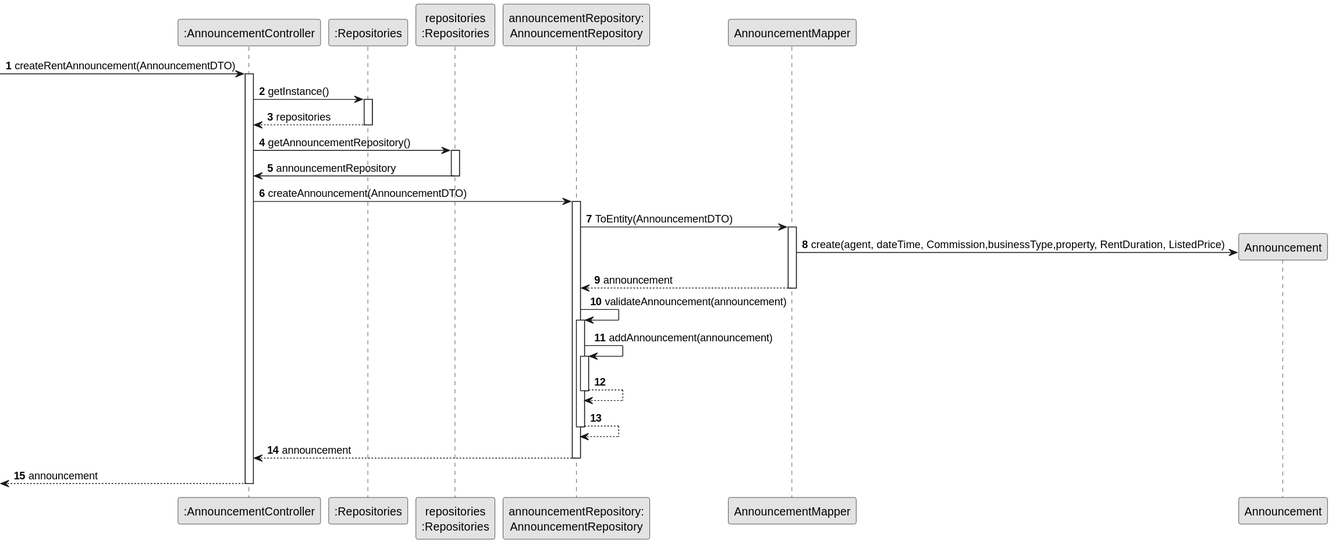
Earlier version of the PlantUML export docs/sprintD/us002/03.design/svg/us002-sequence-diagram-partial-create-announcement-rent.svg (Shushizinho/RealEstateUSASystem). Source of this version:
```plantuml
@startuml
skinparam monochrome true
skinparam packageStyle rectangle
skinparam shadowing false

autonumber

participant ":AnnouncementController" as CTRL
participant ":Repositories" as RepositorySingleton
participant "repositories\n:Repositories" as PLAT
participant "announcementRepository:\nAnnouncementRepository" as AR
participant "AnnouncementMapper" as AM

participant "Announcement" as AN


     -> CTRL: createRentAnnouncement(AnnouncementDTO)
     activate CTRL



 CTRL -> RepositorySingleton : getInstance()
                           activate RepositorySingleton

        RepositorySingleton --> CTRL: repositories
            deactivate RepositorySingleton

                           CTRL -> PLAT : getAnnouncementRepository()
                           activate PLAT

                            PLAT -> CTRL : announcementRepository
                            deactivate PLAT




  CTRL -> AR: createAnnouncement(AnnouncementDTO)
          activate AR



                     AR -> AM: ToEntity(AnnouncementDTO)
                     activate AM


                      AM -> AN**: create(agent, dateTime, Commission,businessType,property, RentDuration, ListedPrice)
                      AM --> AR: announcement
                      deactivate AM


                     AR -> AR: validateAnnouncement(announcement)
                     activate AR
                         AR -> AR: addAnnouncement(announcement)
                         activate AR
                             AR --> AR
                         deactivate AR
                         AR --> AR

                 deactivate AR





   CTRL <-- AR  : announcement


    deactivate AR

    <-- CTRL  : announcement
    deactivate CTRL
@enduml
```
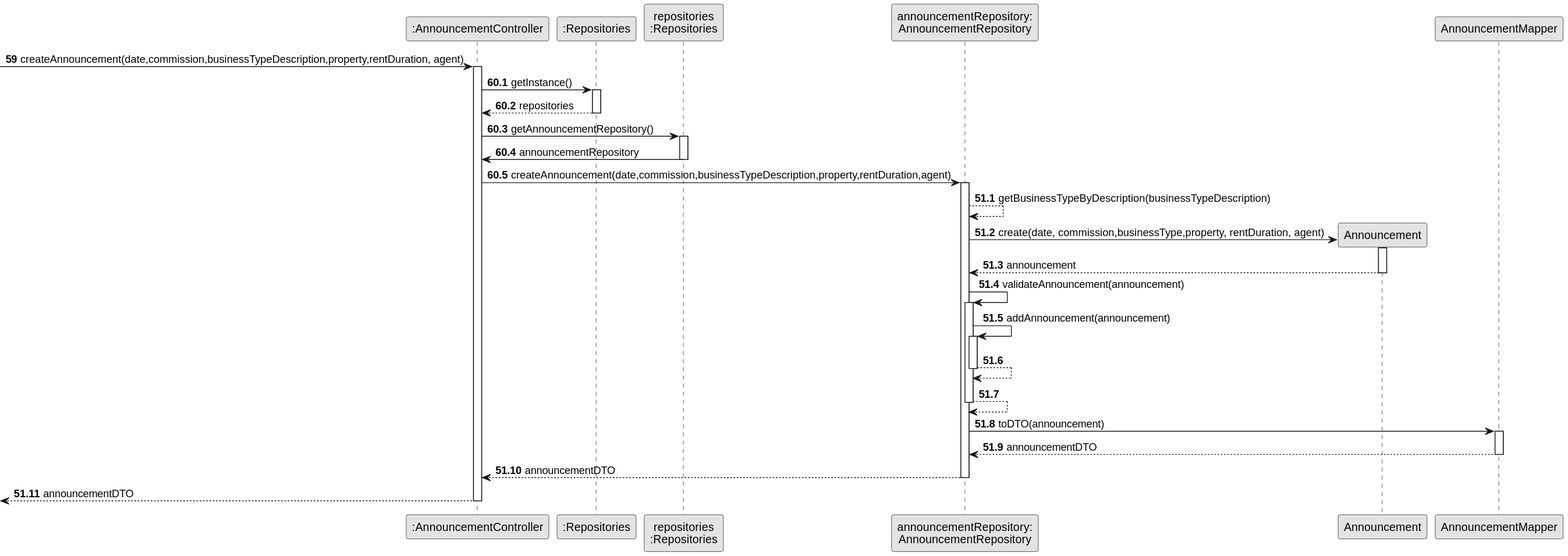
After the commit.

The edit, as a diff of the source:
```diff
@@ -3,70 +3,76 @@
 skinparam packageStyle rectangle
 skinparam shadowing false
 
-autonumber
+autonumber 62
 
 participant ":AnnouncementController" as CTRL
+
 participant ":Repositories" as RepositorySingleton
 participant "repositories\n:Repositories" as PLAT
 participant "announcementRepository:\nAnnouncementRepository" as AR
+participant "Announcement" as AN
 participant "AnnouncementMapper" as AM
 
-participant "Announcement" as AN
+  autonumber 59
+     -> CTRL: createAnnouncement(date,commission,businessTypeDescription,property,rentDuration, agent)
 
-
-     -> CTRL: createRentAnnouncement(AnnouncementDTO)
      activate CTRL
 
 
+    autonumber 60.1
+         CTRL -> RepositorySingleton : getInstance()
+          activate RepositorySingleton
 
- CTRL -> RepositorySingleton : getInstance()
-                           activate RepositorySingleton
+          RepositorySingleton --> CTRL: repositories
+          deactivate RepositorySingleton
 
-        RepositorySingleton --> CTRL: repositories
-            deactivate RepositorySingleton
+     CTRL -> PLAT : getAnnouncementRepository()
+                  activate PLAT
 
-                           CTRL -> PLAT : getAnnouncementRepository()
-                           activate PLAT
+                   PLAT -> CTRL : announcementRepository
+                                   deactivate PLAT
 
-                            PLAT -> CTRL : announcementRepository
-                            deactivate PLAT
+               CTRL -> AR: createAnnouncement(date,commission,businessTypeDescription,property,rentDuration,agent)
+                 activate AR
+
+           autonumber 51.1
+                               AR --> AR :getBusinessTypeByDescription(businessTypeDescription)
+                               AR -> AN**: create(date, commission,businessType,property, rentDuration, agent)
+                               activate AN
+
+                               AN --> AR: announcement
+                               deactivate AN
 
 
 
+                               AR -> AR: validateAnnouncement(announcement)
+                               activate AR
+                                   AR -> AR: addAnnouncement(announcement)
+                                   activate AR
+                                       AR --> AR
+                                   deactivate AR
+                                   AR --> AR
 
-  CTRL -> AR: createAnnouncement(AnnouncementDTO)
-          activate AR
+                           deactivate AR
+
+                            AR -> AM: toDTO(announcement)
+                               activate AM
+
+                               AM--> AR : announcementDTO
+                               deactivate AM
 
 
+              AR --> CTRL: announcementDTO
 
-                     AR -> AM: ToEntity(AnnouncementDTO)
-                     activate AM
+              deactivate AR
 
 
-                      AM -> AN**: create(agent, dateTime, Commission,businessType,property, RentDuration, ListedPrice)
-                      AM --> AR: announcement
-                      deactivate AM
-
-
-                     AR -> AR: validateAnnouncement(announcement)
-                     activate AR
-                         AR -> AR: addAnnouncement(announcement)
-                         activate AR
-                             AR --> AR
-                         deactivate AR
-                         AR --> AR
-
-                 deactivate AR
+               <-- CTRL : announcementDTO
+              deactivate CTRL
 
 
 
 
 
-   CTRL <-- AR  : announcement
-
-
-    deactivate AR
-
-    <-- CTRL  : announcement
-    deactivate CTRL
+    autonumber 61
 @enduml
```
